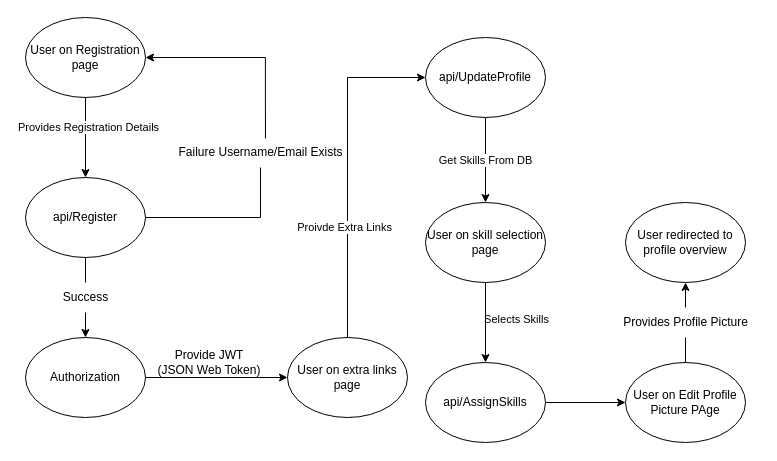
Earlier version of the draw.io diagram UserRegistrationDataFlow.drawio (SamDosado/Draw.ioDrawings). Source tidied: cells renumbered, new cells numbered last; positions are measured from the earlier drawing's top-left corner, leaving out a move shared by most shapes. Both pictures are drawn from the tidied source at 100%, with x=0, y=0 at pixel (25, 17).
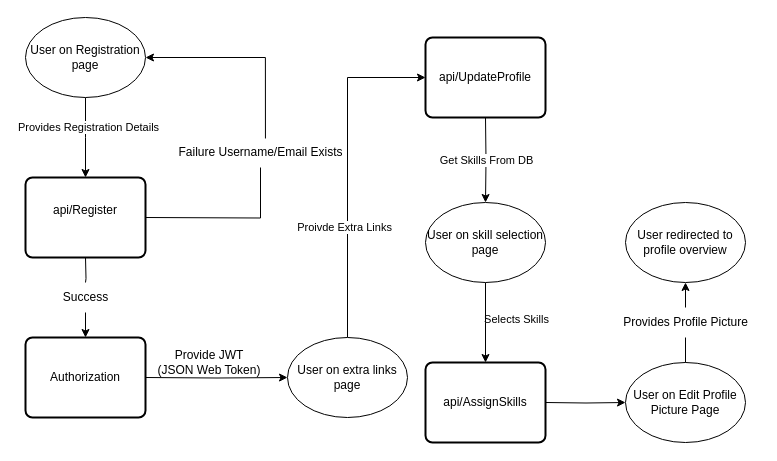
Above is the later version.

The change refers to these unchanged cells:
```xml
<mxCell id="4" value="&lt;div&gt;User on Registration page&lt;br&gt;&lt;/div&gt;" style="ellipse;whiteSpace=wrap;html=1;" parent="1" vertex="1">
  <mxGeometry width="120" height="80" as="geometry" />
</mxCell>
<mxCell id="8" value="Failure Username/Email Exists " style="text;html=1;align=center;verticalAlign=middle;points=[];strokeColor=none;fillColor=none;" parent="1" vertex="1">
  <mxGeometry x="140" y="120" width="190" height="30" as="geometry" />
</mxCell>
<mxCell id="12" value="Success" style="text;html=1;align=center;verticalAlign=middle;points=[];strokeColor=none;fillColor=none;" parent="1" vertex="1">
  <mxGeometry x="25" y="265" width="70" height="30" as="geometry" />
</mxCell>
<mxCell id="17" value="User on extra links page" style="ellipse;whiteSpace=wrap;html=1;" parent="1" vertex="1">
  <mxGeometry x="262" y="320" width="120" height="80" as="geometry" />
</mxCell>
<mxCell id="22" value="User on skill selection page" style="ellipse;whiteSpace=wrap;html=1;" parent="1" vertex="1">
  <mxGeometry x="400" y="185" width="120" height="80" as="geometry" />
</mxCell>
```

Change to the diagram source:
```diff
@@
-    <mxCell id="2" style="edgeStyle=orthogonalEdgeStyle;rounded=0;jettySize=auto;html=1;" parent="1" edge="1" source="4" target="7">
-      <mxGeometry relative="1" as="geometry" />
+    <mxCell id="2" style="edgeStyle=orthogonalEdgeStyle;rounded=0;jettySize=auto;html=1;" parent="1" edge="1" source="4">
+      <mxGeometry relative="1" as="geometry">
+        <mxPoint x="60" y="160" as="targetPoint" />
+      </mxGeometry>
     </mxCell>
@@
-    <mxCell id="6" style="edgeStyle=orthogonalEdgeStyle;rounded=0;jettySize=auto;html=1;startArrow=none;" parent="1" edge="1" source="12" target="11">
-      <mxGeometry relative="1" as="geometry" />
+    <mxCell id="6" style="edgeStyle=orthogonalEdgeStyle;rounded=0;jettySize=auto;html=1;startArrow=none;" parent="1" edge="1" source="12">
+      <mxGeometry relative="1" as="geometry">
+        <mxPoint x="60" y="320" as="targetPoint" />
+      </mxGeometry>
     </mxCell>
-    <mxCell id="7" value="api/Register" style="ellipse;whiteSpace=wrap;html=1;" parent="1" vertex="1">
-      <mxGeometry y="160" width="120" height="80" as="geometry" />
-    </mxCell>
@@
-    <mxCell id="9" style="edgeStyle=orthogonalEdgeStyle;rounded=0;jettySize=auto;html=1;endArrow=none;" parent="1" edge="1" source="7" target="8">
-      <mxGeometry relative="1" as="geometry" />
+    <mxCell id="9" style="edgeStyle=orthogonalEdgeStyle;rounded=0;jettySize=auto;html=1;endArrow=none;" parent="1" edge="1" target="8">
+      <mxGeometry relative="1" as="geometry">
+        <mxPoint x="120" y="200" as="sourcePoint" />
+      </mxGeometry>
     </mxCell>
-    <mxCell id="10" style="edgeStyle=orthogonalEdgeStyle;rounded=0;jettySize=auto;html=1;entryX=0;entryY=0.5;entryDx=0;entryDy=0;" parent="1" edge="1" source="11" target="17">
-      <mxGeometry relative="1" as="geometry" />
+    <mxCell id="10" style="edgeStyle=orthogonalEdgeStyle;rounded=0;jettySize=auto;html=1;entryX=0;entryY=0.5;entryDx=0;entryDy=0;" parent="1" edge="1" target="17">
+      <mxGeometry relative="1" as="geometry">
+        <mxPoint x="120" y="360" as="sourcePoint" />
+      </mxGeometry>
     </mxCell>
-    <mxCell id="11" value="Authorization" style="ellipse;whiteSpace=wrap;html=1;" parent="1" vertex="1">
-      <mxGeometry y="320" width="120" height="80" as="geometry" />
-    </mxCell>
@@
-    <mxCell id="13" style="edgeStyle=orthogonalEdgeStyle;rounded=0;jettySize=auto;html=1;endArrow=none;" parent="1" edge="1" source="7" target="12">
-      <mxGeometry relative="1" as="geometry" />
+    <mxCell id="13" style="edgeStyle=orthogonalEdgeStyle;rounded=0;jettySize=auto;html=1;endArrow=none;" parent="1" edge="1" target="12">
+      <mxGeometry relative="1" as="geometry">
+        <mxPoint x="60" y="240" as="sourcePoint" />
+      </mxGeometry>
     </mxCell>
-    <mxCell id="14" style="edgeStyle=orthogonalEdgeStyle;rounded=0;jettySize=auto;html=1;exitX=0.5;exitY=0;exitDx=0;exitDy=0;entryX=0;entryY=0.5;entryDx=0;entryDy=0;" parent="1" edge="1" source="17" target="19">
+    <mxCell id="14" style="edgeStyle=orthogonalEdgeStyle;rounded=0;jettySize=auto;html=1;exitX=0.5;exitY=0;exitDx=0;exitDy=0;entryX=0;entryY=0.5;entryDx=0;entryDy=0;" parent="1" edge="1" source="17">
       <mxGeometry relative="1" as="geometry">
+        <mxPoint x="400" y="60" as="targetPoint" />
         <Array as="points">
           <mxPoint x="322" y="60" />
         </Array>
       </mxGeometry>
     </mxCell>
@@
-    <mxCell id="18" value="Get Skills From DB" style="edgeStyle=orthogonalEdgeStyle;rounded=0;jettySize=auto;html=1;" parent="1" edge="1" source="19" target="22">
-      <mxGeometry relative="1" as="geometry" />
+    <mxCell id="18" value="Get Skills From DB" style="edgeStyle=orthogonalEdgeStyle;rounded=0;jettySize=auto;html=1;" parent="1" edge="1" target="22">
+      <mxGeometry relative="1" as="geometry">
+        <mxPoint x="460" y="100" as="sourcePoint" />
+      </mxGeometry>
     </mxCell>
-    <mxCell id="19" value="api/UpdateProfile" style="ellipse;whiteSpace=wrap;html=1;" parent="1" vertex="1">
-      <mxGeometry x="400" y="20" width="120" height="80" as="geometry" />
-    </mxCell>
@@
-    <mxCell id="21" style="edgeStyle=orthogonalEdgeStyle;rounded=0;jettySize=auto;html=1;" parent="1" edge="1" source="22" target="24">
-      <mxGeometry relative="1" as="geometry" />
+    <mxCell id="21" style="edgeStyle=orthogonalEdgeStyle;rounded=0;jettySize=auto;html=1;" parent="1" edge="1" source="22">
+      <mxGeometry relative="1" as="geometry">
+        <mxPoint x="460" y="345" as="targetPoint" />
+      </mxGeometry>
     </mxCell>
@@
-    <mxCell id="23" style="edgeStyle=orthogonalEdgeStyle;rounded=0;jettySize=auto;html=1;" parent="1" edge="1" source="24" target="26">
-      <mxGeometry relative="1" as="geometry" />
+    <mxCell id="23" style="edgeStyle=orthogonalEdgeStyle;rounded=0;jettySize=auto;html=1;" parent="1" edge="1" target="26">
+      <mxGeometry relative="1" as="geometry">
+        <mxPoint x="520" y="385" as="sourcePoint" />
+      </mxGeometry>
     </mxCell>
-    <mxCell id="24" value="api/AssignSkills" style="ellipse;whiteSpace=wrap;html=1;" parent="1" vertex="1">
-      <mxGeometry x="400" y="345" width="120" height="80" as="geometry" />
-    </mxCell>
@@
-    <mxCell id="26" value="User on Edit Profile Picture PAge" style="ellipse;whiteSpace=wrap;html=1;" parent="1" vertex="1">
+    <mxCell id="26" value="User on Edit Profile Picture Page" style="ellipse;whiteSpace=wrap;html=1;" parent="1" vertex="1">
       <mxGeometry x="600" y="345" width="120" height="80" as="geometry" />
     </mxCell>
@@
+    <mxCell id="7" value="&#10;api/Register&#10;&#10;" style="rounded=1;whiteSpace=wrap;html=1;absoluteArcSize=1;arcSize=14;strokeWidth=2;" parent="1" vertex="1">
+      <mxGeometry y="160" width="120" height="80" as="geometry" />
+    </mxCell>
+    <mxCell id="11" value="Authorization" style="rounded=1;whiteSpace=wrap;html=1;absoluteArcSize=1;arcSize=14;strokeWidth=2;" parent="1" vertex="1">
+      <mxGeometry y="320" width="120" height="80" as="geometry" />
+    </mxCell>
+    <mxCell id="19" value="api/UpdateProfile" style="rounded=1;whiteSpace=wrap;html=1;absoluteArcSize=1;arcSize=14;strokeWidth=2;" parent="1" vertex="1">
+      <mxGeometry x="400" y="20" width="120" height="80" as="geometry" />
+    </mxCell>
+    <mxCell id="24" value="api/AssignSkills" style="rounded=1;whiteSpace=wrap;html=1;absoluteArcSize=1;arcSize=14;strokeWidth=2;" parent="1" vertex="1">
+      <mxGeometry x="400" y="345" width="120" height="80" as="geometry" />
+    </mxCell>
```
